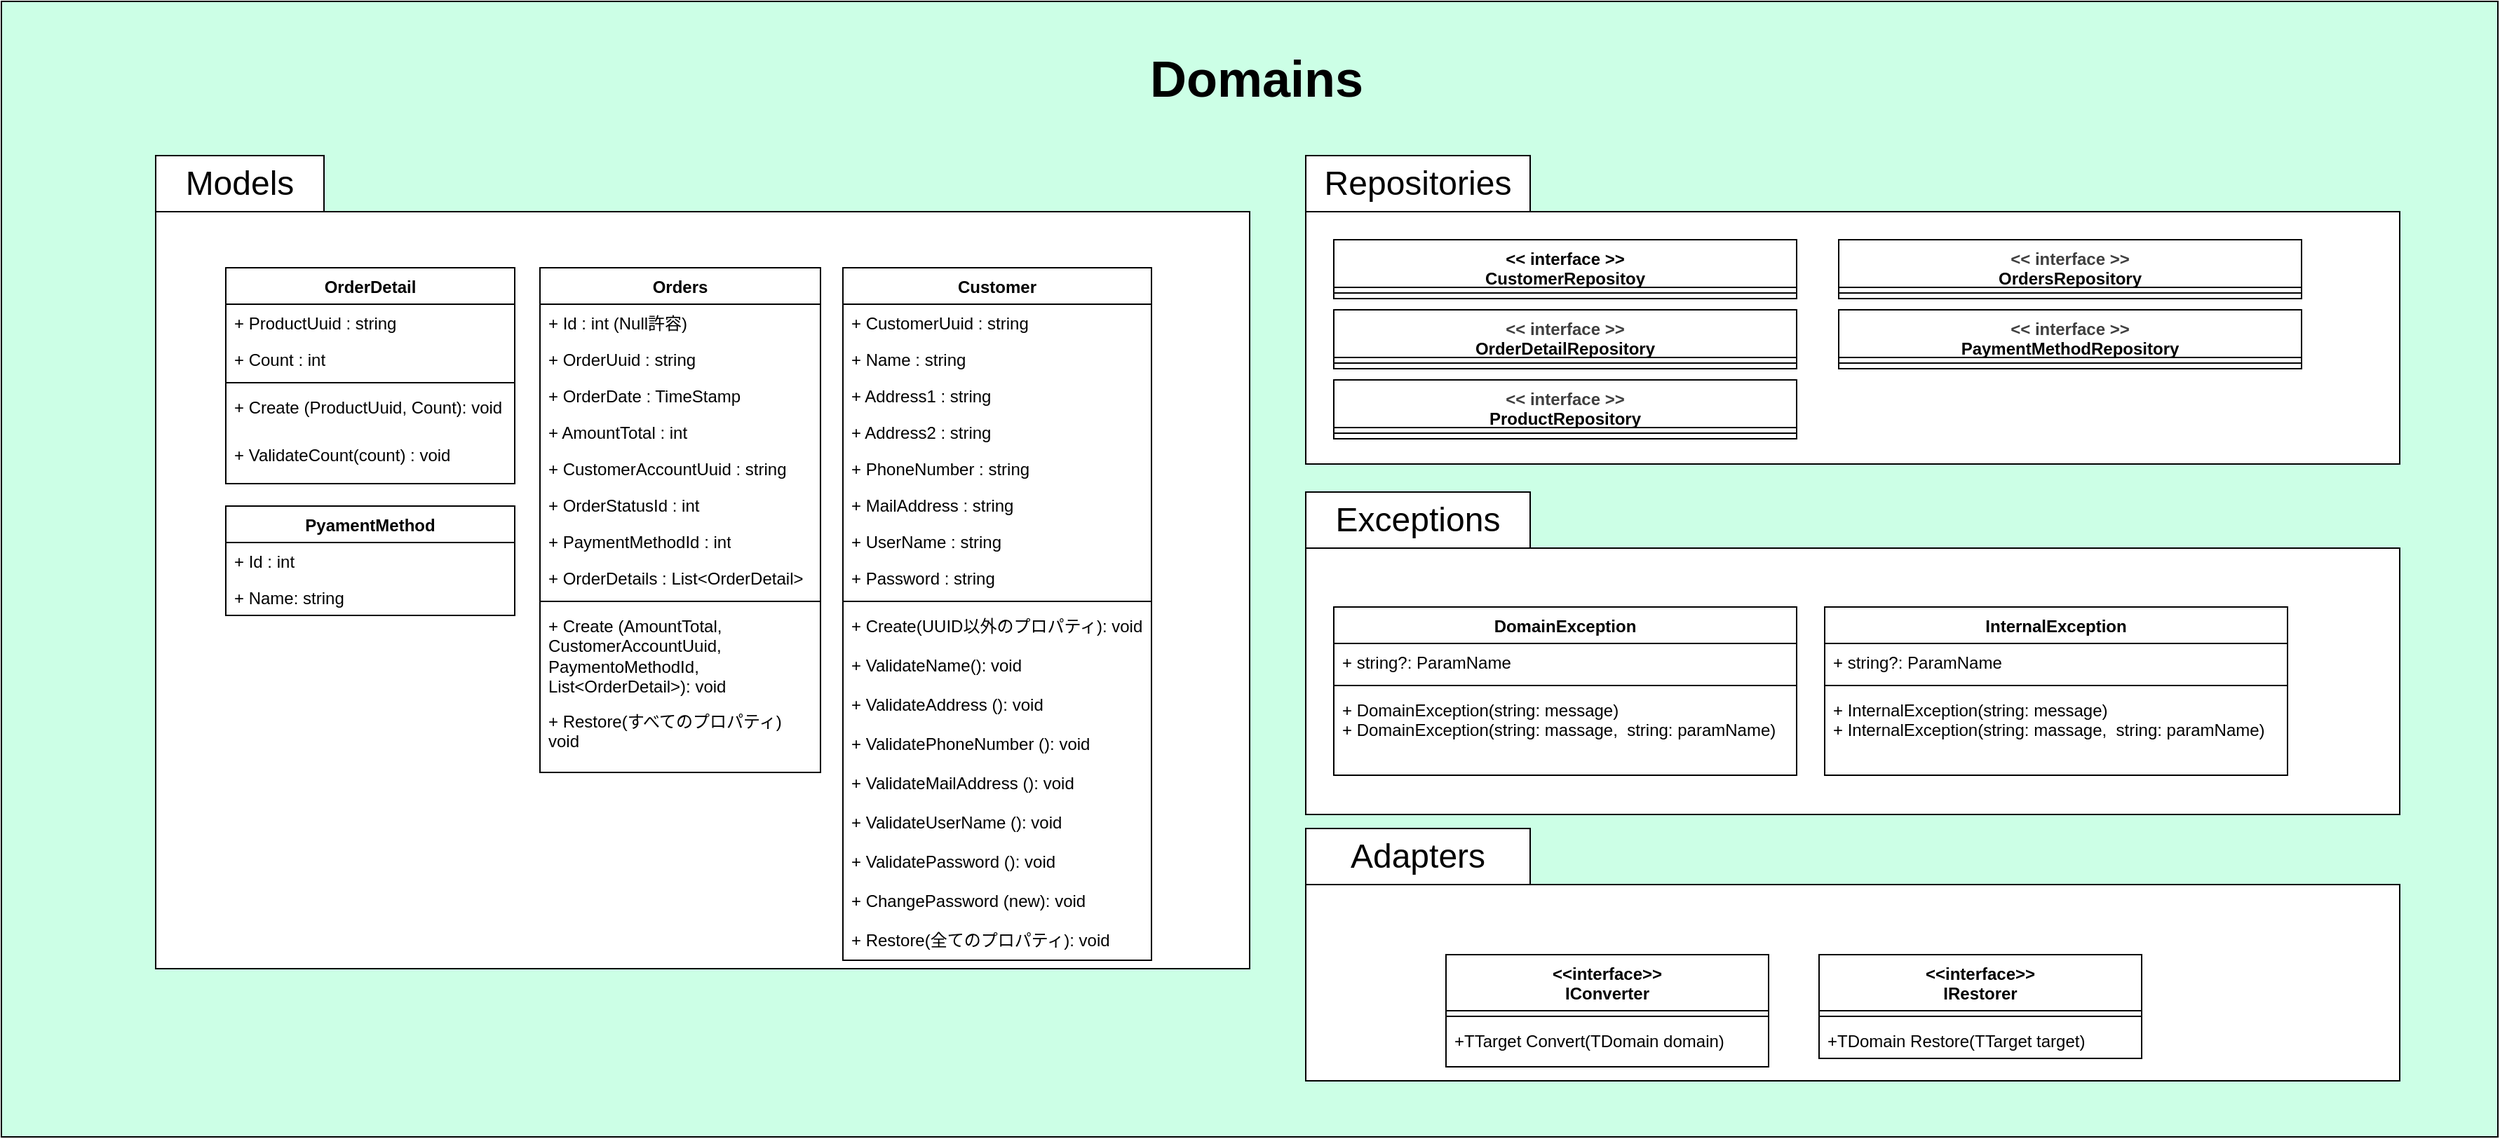
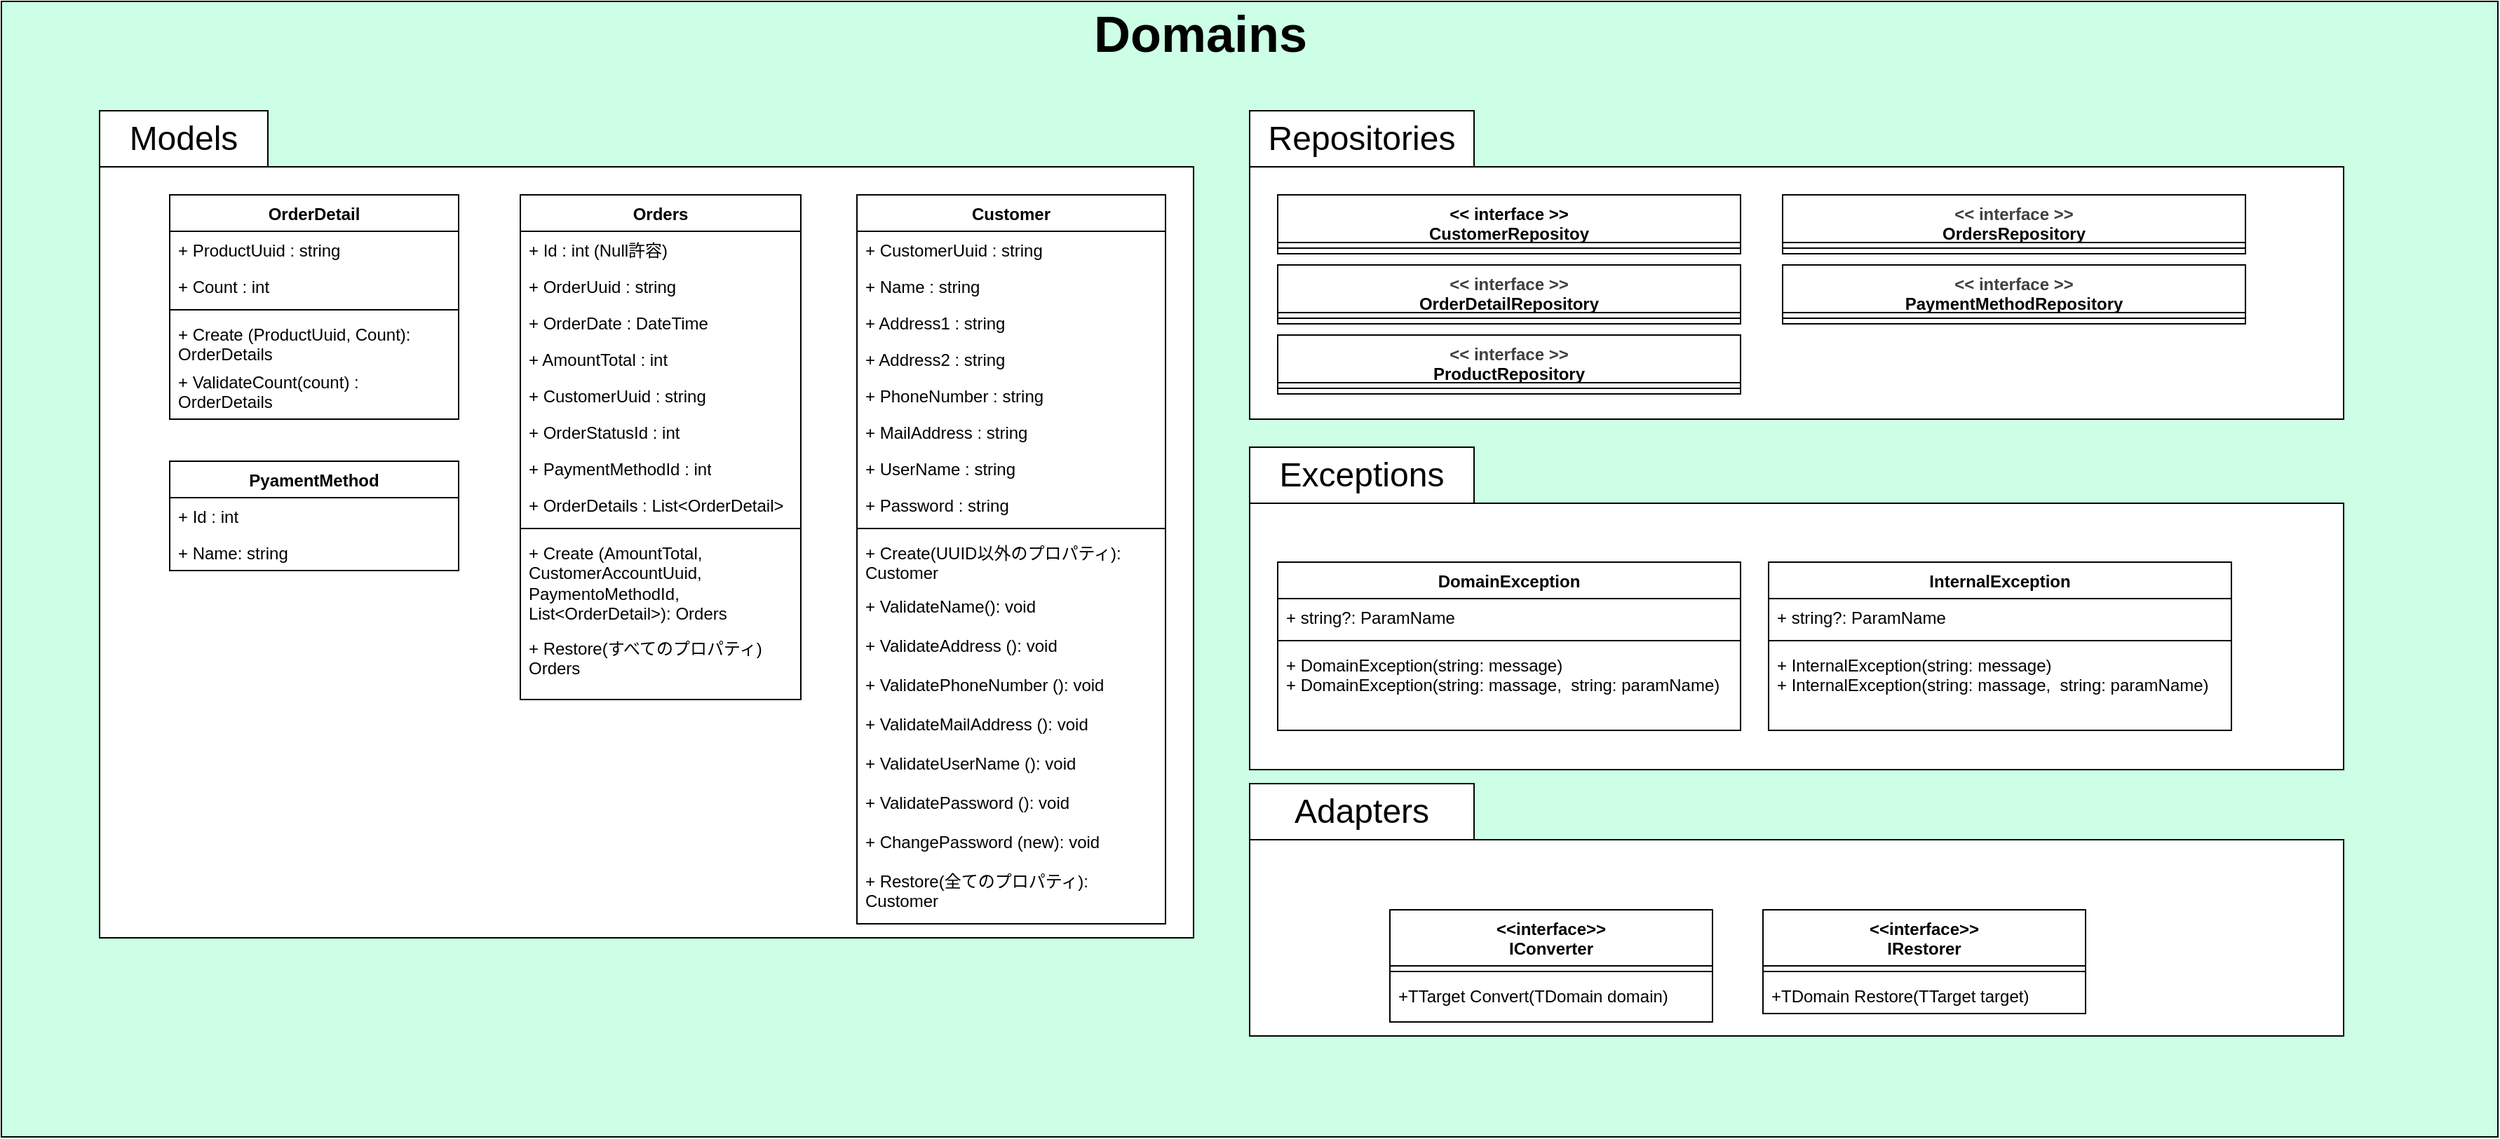
<mxfile host="65bd71144e">
    <diagram id="SwhVxfcrNr2Z_zkzJAcp" name="ページ1">
-         <mxGraphModel dx="2102" dy="506" grid="1" gridSize="10" guides="1" tooltips="1" connect="1" arrows="1" fold="1" page="1" pageScale="1" pageWidth="827" pageHeight="1169" math="0" shadow="0">
+         <mxGraphModel dx="2163" dy="616" grid="1" gridSize="10" guides="1" tooltips="1" connect="1" arrows="1" fold="1" page="1" pageScale="1" pageWidth="827" pageHeight="1169" math="0" shadow="0">
            <root>
                <mxCell id="0"/>
                <mxCell id="1" parent="0"/>
                <mxCell id="124" value="" style="rounded=0;whiteSpace=wrap;html=1;fillColor=#CCFFE6;" parent="1" vertex="1">
-                     <mxGeometry x="-140" y="540" width="1780" height="810" as="geometry"/>
+                     <mxGeometry x="-100" y="572" width="1780" height="810" as="geometry"/>
                </mxCell>
                <mxCell id="68" value="" style="rounded=0;whiteSpace=wrap;html=1;" parent="1" vertex="1">
-                     <mxGeometry x="-30" y="690" width="780" height="540" as="geometry"/>
+                     <mxGeometry x="-30" y="690" width="780" height="550" as="geometry"/>
                </mxCell>
                <mxCell id="2" value="Customer" style="swimlane;fontStyle=1;align=center;verticalAlign=top;childLayout=stackLayout;horizontal=1;startSize=26;horizontalStack=0;resizeParent=1;resizeParentMax=0;resizeLast=0;collapsible=1;marginBottom=0;whiteSpace=wrap;html=1;" parent="1" vertex="1">
-                     <mxGeometry x="460" y="730" width="220" height="494" as="geometry"/>
+                     <mxGeometry x="510" y="710" width="220" height="520" as="geometry"/>
                </mxCell>
                <mxCell id="3" value="+ CustomerUuid : string" style="text;strokeColor=none;fillColor=none;align=left;verticalAlign=top;spacingLeft=4;spacingRight=4;overflow=hidden;rotatable=0;points=[[0,0.5],[1,0.5]];portConstraint=eastwest;whiteSpace=wrap;html=1;" parent="2" vertex="1">
                    <mxGeometry y="26" width="220" height="26" as="geometry"/>
                </mxCell>
                <mxCell id="6" value="+ Name : string" style="text;strokeColor=none;fillColor=none;align=left;verticalAlign=top;spacingLeft=4;spacingRight=4;overflow=hidden;rotatable=0;points=[[0,0.5],[1,0.5]];portConstraint=eastwest;whiteSpace=wrap;html=1;" parent="2" vertex="1">
                    <mxGeometry y="52" width="220" height="26" as="geometry"/>
                </mxCell>
                <mxCell id="7" value="+ Address1 : string" style="text;strokeColor=none;fillColor=none;align=left;verticalAlign=top;spacingLeft=4;spacingRight=4;overflow=hidden;rotatable=0;points=[[0,0.5],[1,0.5]];portConstraint=eastwest;whiteSpace=wrap;html=1;" parent="2" vertex="1">
                    <mxGeometry y="78" width="220" height="26" as="geometry"/>
                </mxCell>
                <mxCell id="8" value="+ Address2 : string" style="text;strokeColor=none;fillColor=none;align=left;verticalAlign=top;spacingLeft=4;spacingRight=4;overflow=hidden;rotatable=0;points=[[0,0.5],[1,0.5]];portConstraint=eastwest;whiteSpace=wrap;html=1;" parent="2" vertex="1">
                    <mxGeometry y="104" width="220" height="26" as="geometry"/>
                </mxCell>
                <mxCell id="9" value="+ PhoneNumber : string" style="text;strokeColor=none;fillColor=none;align=left;verticalAlign=top;spacingLeft=4;spacingRight=4;overflow=hidden;rotatable=0;points=[[0,0.5],[1,0.5]];portConstraint=eastwest;whiteSpace=wrap;html=1;" parent="2" vertex="1">
                    <mxGeometry y="130" width="220" height="26" as="geometry"/>
                </mxCell>
                <mxCell id="10" value="+ MailAddress : string" style="text;strokeColor=none;fillColor=none;align=left;verticalAlign=top;spacingLeft=4;spacingRight=4;overflow=hidden;rotatable=0;points=[[0,0.5],[1,0.5]];portConstraint=eastwest;whiteSpace=wrap;html=1;" parent="2" vertex="1">
                    <mxGeometry y="156" width="220" height="26" as="geometry"/>
                </mxCell>
                <mxCell id="11" value="+ UserName : string" style="text;strokeColor=none;fillColor=none;align=left;verticalAlign=top;spacingLeft=4;spacingRight=4;overflow=hidden;rotatable=0;points=[[0,0.5],[1,0.5]];portConstraint=eastwest;whiteSpace=wrap;html=1;" parent="2" vertex="1">
                    <mxGeometry y="182" width="220" height="26" as="geometry"/>
                </mxCell>
                <mxCell id="12" value="+ Password : string" style="text;strokeColor=none;fillColor=none;align=left;verticalAlign=top;spacingLeft=4;spacingRight=4;overflow=hidden;rotatable=0;points=[[0,0.5],[1,0.5]];portConstraint=eastwest;whiteSpace=wrap;html=1;" parent="2" vertex="1">
                    <mxGeometry y="208" width="220" height="26" as="geometry"/>
                </mxCell>
                <mxCell id="4" value="" style="line;strokeWidth=1;fillColor=none;align=left;verticalAlign=middle;spacingTop=-1;spacingLeft=3;spacingRight=3;rotatable=0;labelPosition=right;points=[];portConstraint=eastwest;strokeColor=inherit;" parent="2" vertex="1">
                    <mxGeometry y="234" width="220" height="8" as="geometry"/>
                </mxCell>
-                 <mxCell id="5" value="+ Create(UUID以外のプロパティ): void" style="text;strokeColor=none;fillColor=none;align=left;verticalAlign=top;spacingLeft=4;spacingRight=4;overflow=hidden;rotatable=0;points=[[0,0.5],[1,0.5]];portConstraint=eastwest;whiteSpace=wrap;html=1;" parent="2" vertex="1">
-                     <mxGeometry y="242" width="220" height="28" as="geometry"/>
+                 <mxCell id="5" value="+ Create(UUID以外のプロパティ): Customer" style="text;strokeColor=none;fillColor=none;align=left;verticalAlign=top;spacingLeft=4;spacingRight=4;overflow=hidden;rotatable=0;points=[[0,0.5],[1,0.5]];portConstraint=eastwest;whiteSpace=wrap;html=1;" parent="2" vertex="1">
+                     <mxGeometry y="242" width="220" height="38" as="geometry"/>
                </mxCell>
                <mxCell id="14" value="+ ValidateName(): void" style="text;strokeColor=none;fillColor=none;align=left;verticalAlign=top;spacingLeft=4;spacingRight=4;overflow=hidden;rotatable=0;points=[[0,0.5],[1,0.5]];portConstraint=eastwest;whiteSpace=wrap;html=1;" parent="2" vertex="1">
-                     <mxGeometry y="270" width="220" height="28" as="geometry"/>
+                     <mxGeometry y="280" width="220" height="28" as="geometry"/>
                </mxCell>
                <mxCell id="16" value="+ Validate&lt;span style=&quot;color: rgb(0, 0, 0);&quot;&gt;Address&amp;nbsp;&lt;/span&gt;(): void" style="text;strokeColor=none;fillColor=none;align=left;verticalAlign=top;spacingLeft=4;spacingRight=4;overflow=hidden;rotatable=0;points=[[0,0.5],[1,0.5]];portConstraint=eastwest;whiteSpace=wrap;html=1;" parent="2" vertex="1">
-                     <mxGeometry y="298" width="220" height="28" as="geometry"/>
+                     <mxGeometry y="308" width="220" height="28" as="geometry"/>
                </mxCell>
                <mxCell id="17" value="+ Validate&lt;span style=&quot;color: rgb(0, 0, 0);&quot;&gt;PhoneNumber &lt;/span&gt;(): void" style="text;strokeColor=none;fillColor=none;align=left;verticalAlign=top;spacingLeft=4;spacingRight=4;overflow=hidden;rotatable=0;points=[[0,0.5],[1,0.5]];portConstraint=eastwest;whiteSpace=wrap;html=1;" parent="2" vertex="1">
-                     <mxGeometry y="326" width="220" height="28" as="geometry"/>
+                     <mxGeometry y="336" width="220" height="28" as="geometry"/>
                </mxCell>
                <mxCell id="18" value="+ Validate&lt;span style=&quot;color: rgb(0, 0, 0);&quot;&gt;MailAddress &lt;/span&gt;(): void" style="text;strokeColor=none;fillColor=none;align=left;verticalAlign=top;spacingLeft=4;spacingRight=4;overflow=hidden;rotatable=0;points=[[0,0.5],[1,0.5]];portConstraint=eastwest;whiteSpace=wrap;html=1;" parent="2" vertex="1">
-                     <mxGeometry y="354" width="220" height="28" as="geometry"/>
+                     <mxGeometry y="364" width="220" height="28" as="geometry"/>
                </mxCell>
                <mxCell id="19" value="+ Validate&lt;span style=&quot;color: rgb(0, 0, 0);&quot;&gt;UserName &lt;/span&gt;(): void" style="text;strokeColor=none;fillColor=none;align=left;verticalAlign=top;spacingLeft=4;spacingRight=4;overflow=hidden;rotatable=0;points=[[0,0.5],[1,0.5]];portConstraint=eastwest;whiteSpace=wrap;html=1;" parent="2" vertex="1">
-                     <mxGeometry y="382" width="220" height="28" as="geometry"/>
+                     <mxGeometry y="392" width="220" height="28" as="geometry"/>
                </mxCell>
                <mxCell id="20" value="+ Validate&lt;span style=&quot;color: rgb(0, 0, 0);&quot;&gt;Password &lt;/span&gt;(): void" style="text;strokeColor=none;fillColor=none;align=left;verticalAlign=top;spacingLeft=4;spacingRight=4;overflow=hidden;rotatable=0;points=[[0,0.5],[1,0.5]];portConstraint=eastwest;whiteSpace=wrap;html=1;" parent="2" vertex="1">
-                     <mxGeometry y="410" width="220" height="28" as="geometry"/>
+                     <mxGeometry y="420" width="220" height="28" as="geometry"/>
                </mxCell>
                <mxCell id="102" value="+ Change&lt;span style=&quot;color: rgb(0, 0, 0);&quot;&gt;Password &lt;/span&gt;(new): void" style="text;strokeColor=none;fillColor=none;align=left;verticalAlign=top;spacingLeft=4;spacingRight=4;overflow=hidden;rotatable=0;points=[[0,0.5],[1,0.5]];portConstraint=eastwest;whiteSpace=wrap;html=1;" parent="2" vertex="1">
-                     <mxGeometry y="438" width="220" height="28" as="geometry"/>
-                 </mxCell>
-                 <mxCell id="15" value="+ Restore(全てのプロパティ): void" style="text;strokeColor=none;fillColor=none;align=left;verticalAlign=top;spacingLeft=4;spacingRight=4;overflow=hidden;rotatable=0;points=[[0,0.5],[1,0.5]];portConstraint=eastwest;whiteSpace=wrap;html=1;" parent="2" vertex="1">
-                     <mxGeometry y="466" width="220" height="28" as="geometry"/>
+                     <mxGeometry y="448" width="220" height="28" as="geometry"/>
+                 </mxCell>
+                 <mxCell id="15" value="+ Restore(全てのプロパティ): Customer" style="text;strokeColor=none;fillColor=none;align=left;verticalAlign=top;spacingLeft=4;spacingRight=4;overflow=hidden;rotatable=0;points=[[0,0.5],[1,0.5]];portConstraint=eastwest;whiteSpace=wrap;html=1;" parent="2" vertex="1">
+                     <mxGeometry y="476" width="220" height="44" as="geometry"/>
                </mxCell>
                <mxCell id="25" value="Orders" style="swimlane;fontStyle=1;align=center;verticalAlign=top;childLayout=stackLayout;horizontal=1;startSize=26;horizontalStack=0;resizeParent=1;resizeParentMax=0;resizeLast=0;collapsible=1;marginBottom=0;whiteSpace=wrap;html=1;" parent="1" vertex="1">
-                     <mxGeometry x="244" y="730" width="200" height="360" as="geometry"/>
+                     <mxGeometry x="270" y="710" width="200" height="360" as="geometry"/>
                </mxCell>
                <mxCell id="26" value="+ Id : int (Null許容)" style="text;strokeColor=none;fillColor=none;align=left;verticalAlign=top;spacingLeft=4;spacingRight=4;overflow=hidden;rotatable=0;points=[[0,0.5],[1,0.5]];portConstraint=eastwest;whiteSpace=wrap;html=1;" parent="25" vertex="1">
                    <mxGeometry y="26" width="200" height="26" as="geometry"/>
                </mxCell>
                <mxCell id="40" value="+ OrderUuid : string" style="text;strokeColor=none;fillColor=none;align=left;verticalAlign=top;spacingLeft=4;spacingRight=4;overflow=hidden;rotatable=0;points=[[0,0.5],[1,0.5]];portConstraint=eastwest;whiteSpace=wrap;html=1;" parent="25" vertex="1">
                    <mxGeometry y="52" width="200" height="26" as="geometry"/>
                </mxCell>
-                 <mxCell id="44" value="+ OrderDate : TimeStamp" style="text;strokeColor=none;fillColor=none;align=left;verticalAlign=top;spacingLeft=4;spacingRight=4;overflow=hidden;rotatable=0;points=[[0,0.5],[1,0.5]];portConstraint=eastwest;whiteSpace=wrap;html=1;" parent="25" vertex="1">
+                 <mxCell id="44" value="+ OrderDate : DateTime" style="text;strokeColor=none;fillColor=none;align=left;verticalAlign=top;spacingLeft=4;spacingRight=4;overflow=hidden;rotatable=0;points=[[0,0.5],[1,0.5]];portConstraint=eastwest;whiteSpace=wrap;html=1;" parent="25" vertex="1">
                    <mxGeometry y="78" width="200" height="26" as="geometry"/>
                </mxCell>
                <mxCell id="43" value="+ AmountTotal : int" style="text;strokeColor=none;fillColor=none;align=left;verticalAlign=top;spacingLeft=4;spacingRight=4;overflow=hidden;rotatable=0;points=[[0,0.5],[1,0.5]];portConstraint=eastwest;whiteSpace=wrap;html=1;" parent="25" vertex="1">
                    <mxGeometry y="104" width="200" height="26" as="geometry"/>
                </mxCell>
-                 <mxCell id="42" value="+ CustomerAccountUuid : string" style="text;strokeColor=none;fillColor=none;align=left;verticalAlign=top;spacingLeft=4;spacingRight=4;overflow=hidden;rotatable=0;points=[[0,0.5],[1,0.5]];portConstraint=eastwest;whiteSpace=wrap;html=1;" parent="25" vertex="1">
+                 <mxCell id="42" value="+ CustomerUuid : string" style="text;strokeColor=none;fillColor=none;align=left;verticalAlign=top;spacingLeft=4;spacingRight=4;overflow=hidden;rotatable=0;points=[[0,0.5],[1,0.5]];portConstraint=eastwest;whiteSpace=wrap;html=1;" parent="25" vertex="1">
                    <mxGeometry y="130" width="200" height="26" as="geometry"/>
                </mxCell>
                <mxCell id="41" value="+ OrderStatusId : int" style="text;strokeColor=none;fillColor=none;align=left;verticalAlign=top;spacingLeft=4;spacingRight=4;overflow=hidden;rotatable=0;points=[[0,0.5],[1,0.5]];portConstraint=eastwest;whiteSpace=wrap;html=1;" parent="25" vertex="1">
                    <mxGeometry y="156" width="200" height="26" as="geometry"/>
                </mxCell>
                <mxCell id="47" value="+ PaymentMethodId : int" style="text;strokeColor=none;fillColor=none;align=left;verticalAlign=top;spacingLeft=4;spacingRight=4;overflow=hidden;rotatable=0;points=[[0,0.5],[1,0.5]];portConstraint=eastwest;whiteSpace=wrap;html=1;" parent="25" vertex="1">
                    <mxGeometry y="182" width="200" height="26" as="geometry"/>
                </mxCell>
                <mxCell id="46" value="+ OrderDetails : List&amp;lt;OrderDetail&amp;gt;" style="text;strokeColor=none;fillColor=none;align=left;verticalAlign=top;spacingLeft=4;spacingRight=4;overflow=hidden;rotatable=0;points=[[0,0.5],[1,0.5]];portConstraint=eastwest;whiteSpace=wrap;html=1;" parent="25" vertex="1">
                    <mxGeometry y="208" width="200" height="26" as="geometry"/>
                </mxCell>
                <mxCell id="27" value="" style="line;strokeWidth=1;fillColor=none;align=left;verticalAlign=middle;spacingTop=-1;spacingLeft=3;spacingRight=3;rotatable=0;labelPosition=right;points=[];portConstraint=eastwest;strokeColor=inherit;" parent="25" vertex="1">
                    <mxGeometry y="234" width="200" height="8" as="geometry"/>
                </mxCell>
-                 <mxCell id="49" value="+ Create (AmountTotal, CustomerAccountUuid, PaymentoMethodId, List&amp;lt;OrderDetail&amp;gt;): void" style="text;strokeColor=none;fillColor=none;align=left;verticalAlign=top;spacingLeft=4;spacingRight=4;overflow=hidden;rotatable=0;points=[[0,0.5],[1,0.5]];portConstraint=eastwest;whiteSpace=wrap;html=1;" parent="25" vertex="1">
+                 <mxCell id="49" value="+ Create (AmountTotal, CustomerAccountUuid, PaymentoMethodId, List&amp;lt;OrderDetail&amp;gt;): Orders" style="text;strokeColor=none;fillColor=none;align=left;verticalAlign=top;spacingLeft=4;spacingRight=4;overflow=hidden;rotatable=0;points=[[0,0.5],[1,0.5]];portConstraint=eastwest;whiteSpace=wrap;html=1;" parent="25" vertex="1">
                    <mxGeometry y="242" width="200" height="68" as="geometry"/>
                </mxCell>
-                 <mxCell id="28" value="+ Restore(すべてのプロパティ) void" style="text;strokeColor=none;fillColor=none;align=left;verticalAlign=top;spacingLeft=4;spacingRight=4;overflow=hidden;rotatable=0;points=[[0,0.5],[1,0.5]];portConstraint=eastwest;whiteSpace=wrap;html=1;" parent="25" vertex="1">
+                 <mxCell id="28" value="+ Restore(すべてのプロパティ) Orders" style="text;strokeColor=none;fillColor=none;align=left;verticalAlign=top;spacingLeft=4;spacingRight=4;overflow=hidden;rotatable=0;points=[[0,0.5],[1,0.5]];portConstraint=eastwest;whiteSpace=wrap;html=1;" parent="25" vertex="1">
                    <mxGeometry y="310" width="200" height="50" as="geometry"/>
                </mxCell>
                <mxCell id="51" value="OrderDetail" style="swimlane;fontStyle=1;align=center;verticalAlign=top;childLayout=stackLayout;horizontal=1;startSize=26;horizontalStack=0;resizeParent=1;resizeParentMax=0;resizeLast=0;collapsible=1;marginBottom=0;whiteSpace=wrap;html=1;" parent="1" vertex="1">
-                     <mxGeometry x="20" y="730" width="206" height="154" as="geometry"/>
+                     <mxGeometry x="20" y="710" width="206" height="160" as="geometry"/>
                </mxCell>
                <mxCell id="52" value="+ ProductUuid : string" style="text;strokeColor=none;fillColor=none;align=left;verticalAlign=top;spacingLeft=4;spacingRight=4;overflow=hidden;rotatable=0;points=[[0,0.5],[1,0.5]];portConstraint=eastwest;whiteSpace=wrap;html=1;" parent="51" vertex="1">
                    <mxGeometry y="26" width="206" height="26" as="geometry"/>
                </mxCell>
                <mxCell id="53" value="+ Count : int" style="text;strokeColor=none;fillColor=none;align=left;verticalAlign=top;spacingLeft=4;spacingRight=4;overflow=hidden;rotatable=0;points=[[0,0.5],[1,0.5]];portConstraint=eastwest;whiteSpace=wrap;html=1;" parent="51" vertex="1">
                    <mxGeometry y="52" width="206" height="26" as="geometry"/>
                </mxCell>
                <mxCell id="59" value="" style="line;strokeWidth=1;fillColor=none;align=left;verticalAlign=middle;spacingTop=-1;spacingLeft=3;spacingRight=3;rotatable=0;labelPosition=right;points=[];portConstraint=eastwest;strokeColor=inherit;" parent="51" vertex="1">
                    <mxGeometry y="78" width="206" height="8" as="geometry"/>
                </mxCell>
-                 <mxCell id="61" value="+ Create (ProductUuid, Count): void&amp;nbsp;" style="text;strokeColor=none;fillColor=none;align=left;verticalAlign=top;spacingLeft=4;spacingRight=4;overflow=hidden;rotatable=0;points=[[0,0.5],[1,0.5]];portConstraint=eastwest;whiteSpace=wrap;html=1;" parent="51" vertex="1">
+                 <mxCell id="61" value="+ Create (ProductUuid, Count): OrderDetails" style="text;strokeColor=none;fillColor=none;align=left;verticalAlign=top;spacingLeft=4;spacingRight=4;overflow=hidden;rotatable=0;points=[[0,0.5],[1,0.5]];portConstraint=eastwest;whiteSpace=wrap;html=1;" parent="51" vertex="1">
                    <mxGeometry y="86" width="206" height="34" as="geometry"/>
                </mxCell>
-                 <mxCell id="60" value="+ ValidateCount(count) : void" style="text;strokeColor=none;fillColor=none;align=left;verticalAlign=top;spacingLeft=4;spacingRight=4;overflow=hidden;rotatable=0;points=[[0,0.5],[1,0.5]];portConstraint=eastwest;whiteSpace=wrap;html=1;" parent="51" vertex="1">
-                     <mxGeometry y="120" width="206" height="34" as="geometry"/>
+                 <mxCell id="60" value="+ ValidateCount(count) : OrderDetails" style="text;strokeColor=none;fillColor=none;align=left;verticalAlign=top;spacingLeft=4;spacingRight=4;overflow=hidden;rotatable=0;points=[[0,0.5],[1,0.5]];portConstraint=eastwest;whiteSpace=wrap;html=1;" parent="51" vertex="1">
+                     <mxGeometry y="120" width="206" height="40" as="geometry"/>
                </mxCell>
                <mxCell id="62" value="PyamentMethod" style="swimlane;fontStyle=1;align=center;verticalAlign=top;childLayout=stackLayout;horizontal=1;startSize=26;horizontalStack=0;resizeParent=1;resizeParentMax=0;resizeLast=0;collapsible=1;marginBottom=0;whiteSpace=wrap;html=1;" parent="1" vertex="1">
                    <mxGeometry x="20" y="900" width="206" height="78" as="geometry"/>
                </mxCell>
                <mxCell id="63" value="+ Id : int" style="text;strokeColor=none;fillColor=none;align=left;verticalAlign=top;spacingLeft=4;spacingRight=4;overflow=hidden;rotatable=0;points=[[0,0.5],[1,0.5]];portConstraint=eastwest;whiteSpace=wrap;html=1;" parent="62" vertex="1">
                    <mxGeometry y="26" width="206" height="26" as="geometry"/>
                </mxCell>
                <mxCell id="64" value="+ Name: string" style="text;strokeColor=none;fillColor=none;align=left;verticalAlign=top;spacingLeft=4;spacingRight=4;overflow=hidden;rotatable=0;points=[[0,0.5],[1,0.5]];portConstraint=eastwest;whiteSpace=wrap;html=1;" parent="62" vertex="1">
                    <mxGeometry y="52" width="206" height="26" as="geometry"/>
                </mxCell>
                <mxCell id="69" value="&lt;font style=&quot;font-size: 24px;&quot;&gt;Models&lt;/font&gt;" style="rounded=0;whiteSpace=wrap;html=1;" parent="1" vertex="1">
                    <mxGeometry x="-30" y="650" width="120" height="40" as="geometry"/>
                </mxCell>
                <mxCell id="70" value="" style="rounded=0;whiteSpace=wrap;html=1;" parent="1" vertex="1">
                    <mxGeometry x="790" y="690" width="780" height="180" as="geometry"/>
                </mxCell>
                <mxCell id="71" value="&lt;font style=&quot;font-size: 24px;&quot;&gt;Repositories&lt;/font&gt;" style="rounded=0;whiteSpace=wrap;html=1;" parent="1" vertex="1">
                    <mxGeometry x="790" y="650" width="160" height="40" as="geometry"/>
                </mxCell>
                <mxCell id="72" value="" style="rounded=0;whiteSpace=wrap;html=1;" parent="1" vertex="1">
                    <mxGeometry x="790" y="930" width="780" height="190" as="geometry"/>
                </mxCell>
                <mxCell id="73" value="&lt;font style=&quot;font-size: 24px;&quot;&gt;Exceptions&lt;/font&gt;" style="rounded=0;whiteSpace=wrap;html=1;" parent="1" vertex="1">
                    <mxGeometry x="790" y="890" width="160" height="40" as="geometry"/>
                </mxCell>
                <mxCell id="78" value="DomainException" style="swimlane;fontStyle=1;align=center;verticalAlign=top;childLayout=stackLayout;horizontal=1;startSize=26;horizontalStack=0;resizeParent=1;resizeParentMax=0;resizeLast=0;collapsible=1;marginBottom=0;whiteSpace=wrap;html=1;" parent="1" vertex="1">
                    <mxGeometry x="810" y="972" width="330" height="120" as="geometry"/>
                </mxCell>
                <mxCell id="79" value="+ string?: ParamName" style="text;strokeColor=none;fillColor=none;align=left;verticalAlign=top;spacingLeft=4;spacingRight=4;overflow=hidden;rotatable=0;points=[[0,0.5],[1,0.5]];portConstraint=eastwest;whiteSpace=wrap;html=1;" parent="78" vertex="1">
                    <mxGeometry y="26" width="330" height="26" as="geometry"/>
                </mxCell>
                <mxCell id="80" value="" style="line;strokeWidth=1;fillColor=none;align=left;verticalAlign=middle;spacingTop=-1;spacingLeft=3;spacingRight=3;rotatable=0;labelPosition=right;points=[];portConstraint=eastwest;strokeColor=inherit;" parent="78" vertex="1">
                    <mxGeometry y="52" width="330" height="8" as="geometry"/>
                </mxCell>
                <mxCell id="81" value="+ DomainException(string: message)&lt;div&gt;+ DomainException(string: massage,&amp;nbsp; string: paramName)&lt;/div&gt;" style="text;strokeColor=none;fillColor=none;align=left;verticalAlign=top;spacingLeft=4;spacingRight=4;overflow=hidden;rotatable=0;points=[[0,0.5],[1,0.5]];portConstraint=eastwest;whiteSpace=wrap;html=1;" parent="78" vertex="1">
                    <mxGeometry y="60" width="330" height="60" as="geometry"/>
                </mxCell>
                <mxCell id="82" value="InternalException" style="swimlane;fontStyle=1;align=center;verticalAlign=top;childLayout=stackLayout;horizontal=1;startSize=26;horizontalStack=0;resizeParent=1;resizeParentMax=0;resizeLast=0;collapsible=1;marginBottom=0;whiteSpace=wrap;html=1;" parent="1" vertex="1">
                    <mxGeometry x="1160" y="972" width="330" height="120" as="geometry"/>
                </mxCell>
                <mxCell id="83" value="+ string?: ParamName" style="text;strokeColor=none;fillColor=none;align=left;verticalAlign=top;spacingLeft=4;spacingRight=4;overflow=hidden;rotatable=0;points=[[0,0.5],[1,0.5]];portConstraint=eastwest;whiteSpace=wrap;html=1;" parent="82" vertex="1">
                    <mxGeometry y="26" width="330" height="26" as="geometry"/>
                </mxCell>
                <mxCell id="84" value="" style="line;strokeWidth=1;fillColor=none;align=left;verticalAlign=middle;spacingTop=-1;spacingLeft=3;spacingRight=3;rotatable=0;labelPosition=right;points=[];portConstraint=eastwest;strokeColor=inherit;" parent="82" vertex="1">
                    <mxGeometry y="52" width="330" height="8" as="geometry"/>
                </mxCell>
                <mxCell id="85" value="+ InternalException(string: message)&lt;div&gt;+ InternalException(string: massage,&amp;nbsp; string: paramName)&lt;/div&gt;" style="text;strokeColor=none;fillColor=none;align=left;verticalAlign=top;spacingLeft=4;spacingRight=4;overflow=hidden;rotatable=0;points=[[0,0.5],[1,0.5]];portConstraint=eastwest;whiteSpace=wrap;html=1;" parent="82" vertex="1">
                    <mxGeometry y="60" width="330" height="60" as="geometry"/>
                </mxCell>
                <mxCell id="86" value="" style="rounded=0;whiteSpace=wrap;html=1;" parent="1" vertex="1">
                    <mxGeometry x="790" y="1170" width="780" height="140" as="geometry"/>
                </mxCell>
                <mxCell id="87" value="&lt;font style=&quot;font-size: 24px;&quot;&gt;Adapters&lt;/font&gt;" style="rounded=0;whiteSpace=wrap;html=1;" parent="1" vertex="1">
                    <mxGeometry x="790" y="1130" width="160" height="40" as="geometry"/>
                </mxCell>
                <mxCell id="96" value="&amp;lt;&amp;lt;interface&amp;gt;&amp;gt;&lt;div&gt;IConverter&lt;/div&gt;" style="swimlane;fontStyle=1;align=center;verticalAlign=top;childLayout=stackLayout;horizontal=1;startSize=40;horizontalStack=0;resizeParent=1;resizeParentMax=0;resizeLast=0;collapsible=1;marginBottom=0;whiteSpace=wrap;html=1;" parent="1" vertex="1">
                    <mxGeometry x="890" y="1220" width="230" height="80" as="geometry"/>
                </mxCell>
                <mxCell id="97" value="" style="line;strokeWidth=1;fillColor=none;align=left;verticalAlign=middle;spacingTop=-1;spacingLeft=3;spacingRight=3;rotatable=0;labelPosition=right;points=[];portConstraint=eastwest;strokeColor=inherit;" parent="96" vertex="1">
                    <mxGeometry y="40" width="230" height="8" as="geometry"/>
                </mxCell>
                <mxCell id="98" value="+TTarget Convert(TDomain domain)" style="text;strokeColor=none;fillColor=none;align=left;verticalAlign=top;spacingLeft=4;spacingRight=4;overflow=hidden;rotatable=0;points=[[0,0.5],[1,0.5]];portConstraint=eastwest;whiteSpace=wrap;html=1;" parent="96" vertex="1">
                    <mxGeometry y="48" width="230" height="32" as="geometry"/>
                </mxCell>
                <mxCell id="99" value="&amp;lt;&amp;lt;interface&amp;gt;&amp;gt;&lt;div&gt;IRestorer&lt;/div&gt;" style="swimlane;fontStyle=1;align=center;verticalAlign=top;childLayout=stackLayout;horizontal=1;startSize=40;horizontalStack=0;resizeParent=1;resizeParentMax=0;resizeLast=0;collapsible=1;marginBottom=0;whiteSpace=wrap;html=1;" parent="1" vertex="1">
                    <mxGeometry x="1156" y="1220" width="230" height="74" as="geometry"/>
                </mxCell>
                <mxCell id="100" value="" style="line;strokeWidth=1;fillColor=none;align=left;verticalAlign=middle;spacingTop=-1;spacingLeft=3;spacingRight=3;rotatable=0;labelPosition=right;points=[];portConstraint=eastwest;strokeColor=inherit;" parent="99" vertex="1">
                    <mxGeometry y="40" width="230" height="8" as="geometry"/>
                </mxCell>
                <mxCell id="101" value="+TDomain Restore(TTarget target)" style="text;strokeColor=none;fillColor=none;align=left;verticalAlign=top;spacingLeft=4;spacingRight=4;overflow=hidden;rotatable=0;points=[[0,0.5],[1,0.5]];portConstraint=eastwest;whiteSpace=wrap;html=1;" parent="99" vertex="1">
                    <mxGeometry y="48" width="230" height="26" as="geometry"/>
                </mxCell>
                <mxCell id="103" value="&lt;div&gt;&lt;span style=&quot;background-color: transparent;&quot;&gt;&amp;lt;&amp;lt; interface &amp;gt;&amp;gt;&lt;/span&gt;&lt;/div&gt;&lt;div&gt;&lt;span style=&quot;background-color: transparent;&quot;&gt;CustomerRepositoy&lt;/span&gt;&lt;/div&gt;" style="swimlane;fontStyle=1;align=center;verticalAlign=top;childLayout=stackLayout;horizontal=1;startSize=34;horizontalStack=0;resizeParent=1;resizeParentMax=0;resizeLast=0;collapsible=1;marginBottom=0;whiteSpace=wrap;html=1;" parent="1" vertex="1">
                    <mxGeometry x="810" y="710" width="330" height="42" as="geometry"/>
                </mxCell>
                <mxCell id="104" value="" style="line;strokeWidth=1;fillColor=none;align=left;verticalAlign=middle;spacingTop=-1;spacingLeft=3;spacingRight=3;rotatable=0;labelPosition=right;points=[];portConstraint=eastwest;strokeColor=inherit;" parent="103" vertex="1">
                    <mxGeometry y="34" width="330" height="8" as="geometry"/>
                </mxCell>
                <mxCell id="109" value="&lt;div&gt;&lt;div style=&quot;color: rgb(63, 63, 63); scrollbar-color: rgb(226, 226, 226) rgb(251, 251, 251);&quot;&gt;&lt;span style=&quot;color: rgb(63, 63, 63); scrollbar-color: rgb(226, 226, 226) rgb(251, 251, 251); background-color: transparent;&quot;&gt;&amp;lt;&amp;lt; interface &amp;gt;&amp;gt;&lt;/span&gt;&lt;/div&gt;&lt;/div&gt;PaymentMethodRepository" style="swimlane;fontStyle=1;align=center;verticalAlign=top;childLayout=stackLayout;horizontal=1;startSize=34;horizontalStack=0;resizeParent=1;resizeParentMax=0;resizeLast=0;collapsible=1;marginBottom=0;whiteSpace=wrap;html=1;" parent="1" vertex="1">
                    <mxGeometry x="1170" y="760" width="330" height="42" as="geometry"/>
                </mxCell>
                <mxCell id="110" value="" style="line;strokeWidth=1;fillColor=none;align=left;verticalAlign=middle;spacingTop=-1;spacingLeft=3;spacingRight=3;rotatable=0;labelPosition=right;points=[];portConstraint=eastwest;strokeColor=inherit;" parent="109" vertex="1">
                    <mxGeometry y="34" width="330" height="8" as="geometry"/>
                </mxCell>
                <mxCell id="112" value="&lt;div&gt;&lt;div style=&quot;color: rgb(63, 63, 63); scrollbar-color: rgb(226, 226, 226) rgb(251, 251, 251);&quot;&gt;&lt;span style=&quot;color: rgb(63, 63, 63); scrollbar-color: rgb(226, 226, 226) rgb(251, 251, 251); background-color: transparent;&quot;&gt;&amp;lt;&amp;lt; interface &amp;gt;&amp;gt;&lt;/span&gt;&lt;/div&gt;&lt;/div&gt;ProductRepository" style="swimlane;fontStyle=1;align=center;verticalAlign=top;childLayout=stackLayout;horizontal=1;startSize=34;horizontalStack=0;resizeParent=1;resizeParentMax=0;resizeLast=0;collapsible=1;marginBottom=0;whiteSpace=wrap;html=1;" parent="1" vertex="1">
                    <mxGeometry x="810" y="810" width="330" height="42" as="geometry"/>
                </mxCell>
                <mxCell id="113" value="" style="line;strokeWidth=1;fillColor=none;align=left;verticalAlign=middle;spacingTop=-1;spacingLeft=3;spacingRight=3;rotatable=0;labelPosition=right;points=[];portConstraint=eastwest;strokeColor=inherit;" parent="112" vertex="1">
                    <mxGeometry y="34" width="330" height="8" as="geometry"/>
                </mxCell>
                <mxCell id="115" value="&lt;div&gt;&lt;div style=&quot;color: rgb(63, 63, 63); scrollbar-color: rgb(226, 226, 226) rgb(251, 251, 251);&quot;&gt;&lt;span style=&quot;color: rgb(63, 63, 63); scrollbar-color: rgb(226, 226, 226) rgb(251, 251, 251); background-color: transparent;&quot;&gt;&amp;lt;&amp;lt; interface &amp;gt;&amp;gt;&lt;/span&gt;&lt;/div&gt;&lt;/div&gt;OrdersRepository" style="swimlane;fontStyle=1;align=center;verticalAlign=top;childLayout=stackLayout;horizontal=1;startSize=34;horizontalStack=0;resizeParent=1;resizeParentMax=0;resizeLast=0;collapsible=1;marginBottom=0;whiteSpace=wrap;html=1;" parent="1" vertex="1">
                    <mxGeometry x="1170" y="710" width="330" height="42" as="geometry"/>
                </mxCell>
                <mxCell id="116" value="" style="line;strokeWidth=1;fillColor=none;align=left;verticalAlign=middle;spacingTop=-1;spacingLeft=3;spacingRight=3;rotatable=0;labelPosition=right;points=[];portConstraint=eastwest;strokeColor=inherit;" parent="115" vertex="1">
                    <mxGeometry y="34" width="330" height="8" as="geometry"/>
                </mxCell>
                <mxCell id="120" value="&lt;div&gt;&lt;div style=&quot;color: rgb(63, 63, 63); scrollbar-color: rgb(226, 226, 226) rgb(251, 251, 251);&quot;&gt;&lt;span style=&quot;color: rgb(63, 63, 63); scrollbar-color: rgb(226, 226, 226) rgb(251, 251, 251); background-color: transparent;&quot;&gt;&amp;lt;&amp;lt; interface &amp;gt;&amp;gt;&lt;/span&gt;&lt;/div&gt;&lt;/div&gt;OrderDetailRepository" style="swimlane;fontStyle=1;align=center;verticalAlign=top;childLayout=stackLayout;horizontal=1;startSize=34;horizontalStack=0;resizeParent=1;resizeParentMax=0;resizeLast=0;collapsible=1;marginBottom=0;whiteSpace=wrap;html=1;" parent="1" vertex="1">
                    <mxGeometry x="810" y="760" width="330" height="42" as="geometry"/>
                </mxCell>
                <mxCell id="121" value="" style="line;strokeWidth=1;fillColor=none;align=left;verticalAlign=middle;spacingTop=-1;spacingLeft=3;spacingRight=3;rotatable=0;labelPosition=right;points=[];portConstraint=eastwest;strokeColor=inherit;" parent="120" vertex="1">
                    <mxGeometry y="34" width="330" height="8" as="geometry"/>
                </mxCell>
                <mxCell id="125" value="&lt;font style=&quot;font-size: 36px;&quot;&gt;Domains&lt;/font&gt;" style="text;html=1;align=center;verticalAlign=middle;whiteSpace=wrap;rounded=0;fontStyle=1" parent="1" vertex="1">
                    <mxGeometry x="590" y="580" width="330" height="30" as="geometry"/>
                </mxCell>
            </root>
        </mxGraphModel>
    </diagram>
</mxfile>